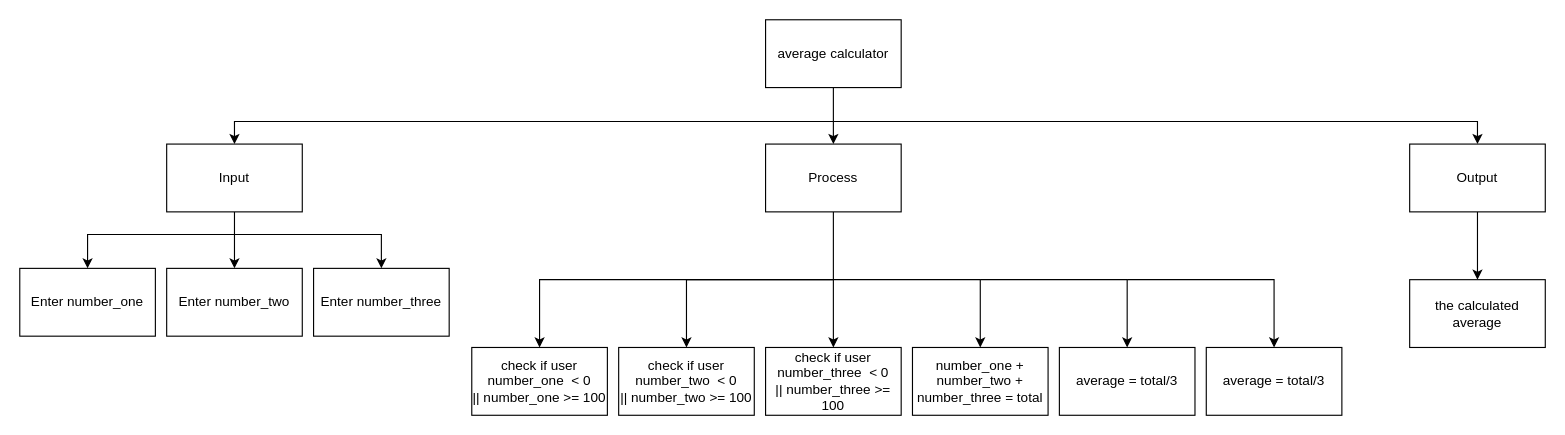
JacksonNaufal/ICS3U-Assignment3-Python keeps this draw.io diagram as TopDown.Drawio. Above is the earlier version. Source tidied: cells renumbered, new cells numbered last; positions are measured from the earlier drawing's top-left corner, leaving out a move shared by most shapes. Both pictures are drawn from the tidied source at 113%, with x=0, y=0 at pixel (19, 19).
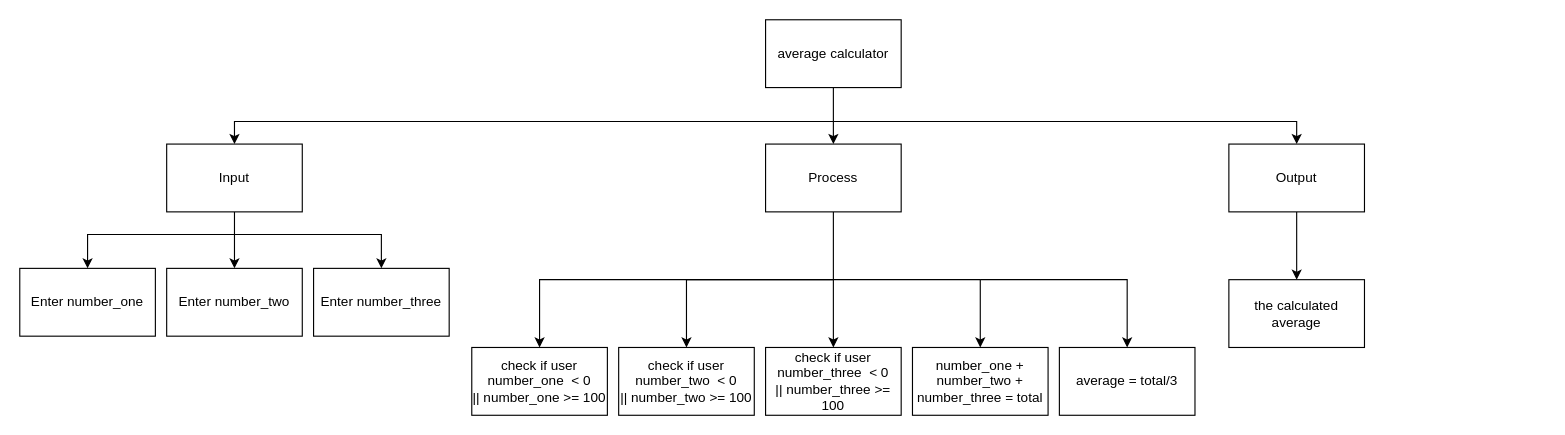
After the change.

The edit, as a diff of the source:
```diff
@@
     <mxCell id="4" style="edgeStyle=none;rounded=0;html=1;entryX=0.5;entryY=0;entryDx=0;entryDy=0;" parent="1" edge="1" target="18">
       <mxGeometry relative="1" as="geometry">
         <mxPoint x="720" y="90" as="sourcePoint" />
         <Array as="points">
-          <mxPoint x="1290" y="90" />
+          <mxPoint x="1130" y="90" />
         </Array>
       </mxGeometry>
     </mxCell>
@@
-    <mxCell id="15" style="edgeStyle=none;html=1;entryX=0.5;entryY=0;entryDx=0;entryDy=0;rounded=0;" parent="1" edge="1" target="28">
-      <mxGeometry relative="1" as="geometry">
-        <mxPoint x="980" y="230" as="sourcePoint" />
-        <Array as="points">
-          <mxPoint x="1110" y="230" />
-        </Array>
-      </mxGeometry>
-    </mxCell>
@@
     <mxCell id="18" value="Output" style="rounded=0;whiteSpace=wrap;html=1;" parent="1" vertex="1">
-      <mxGeometry x="1230" y="110" width="120" height="60" as="geometry" />
+      <mxGeometry x="1070" y="110" width="120" height="60" as="geometry" />
     </mxCell>
@@
     <mxCell id="22" value="the calculated average" style="rounded=0;whiteSpace=wrap;html=1;" parent="1" vertex="1">
-      <mxGeometry x="1230" y="230" width="120" height="60" as="geometry" />
+      <mxGeometry x="1070" y="230" width="120" height="60" as="geometry" />
     </mxCell>
@@
-    <mxCell id="28" value="average = total/3" style="rounded=0;whiteSpace=wrap;html=1;" parent="1" vertex="1">
-      <mxGeometry x="1050" y="290" width="120" height="60" as="geometry" />
-    </mxCell>
```
